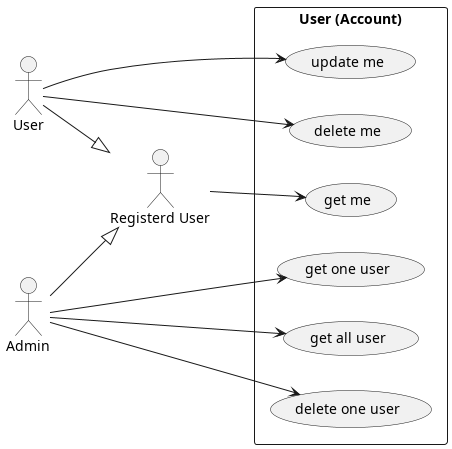
TeaChanathip/SwDev-Project keeps this PlantUML diagram as diagrams/usecase/user/user.png. Above is the earlier version. The source it was exported from:
```plantuml
@startuml user
left to right direction

actor "Registerd User"
actor User
actor Admin

User --|> "Registerd User"
Admin --|> "Registerd User"

rectangle "User (Account)" {
    usecase "get me" as UserUC1
    usecase "update me" as UserUC2
    usecase "delete me" as UserUC3

    usecase "get one user" as UserUC4
    usecase "get all user" as UserUC5
    usecase "delete one user" as UserUC6
}

"Registerd User" --> UserUC1

User --> UserUC2
User --> UserUC3

Admin --> UserUC4
Admin --> UserUC5
Admin --> UserUC6


@enduml
```
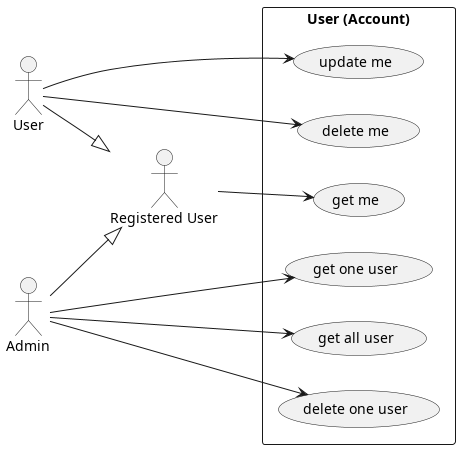
Above is the later version.

Diff of the diagram source:
```diff
@@ -1,12 +1,12 @@
 @startuml user
 left to right direction
 
-actor "Registerd User"
+actor "Registered User"
 actor User
 actor Admin
 
-User --|> "Registerd User"
-Admin --|> "Registerd User"
+User --|> "Registered User"
+Admin --|> "Registered User"
 
 rectangle "User (Account)" {
     usecase "get me" as UserUC1
@@ -18,7 +18,7 @@
     usecase "delete one user" as UserUC6
 }
 
-"Registerd User" --> UserUC1
+"Registered User" --> UserUC1
 
 User --> UserUC2
 User --> UserUC3
```
